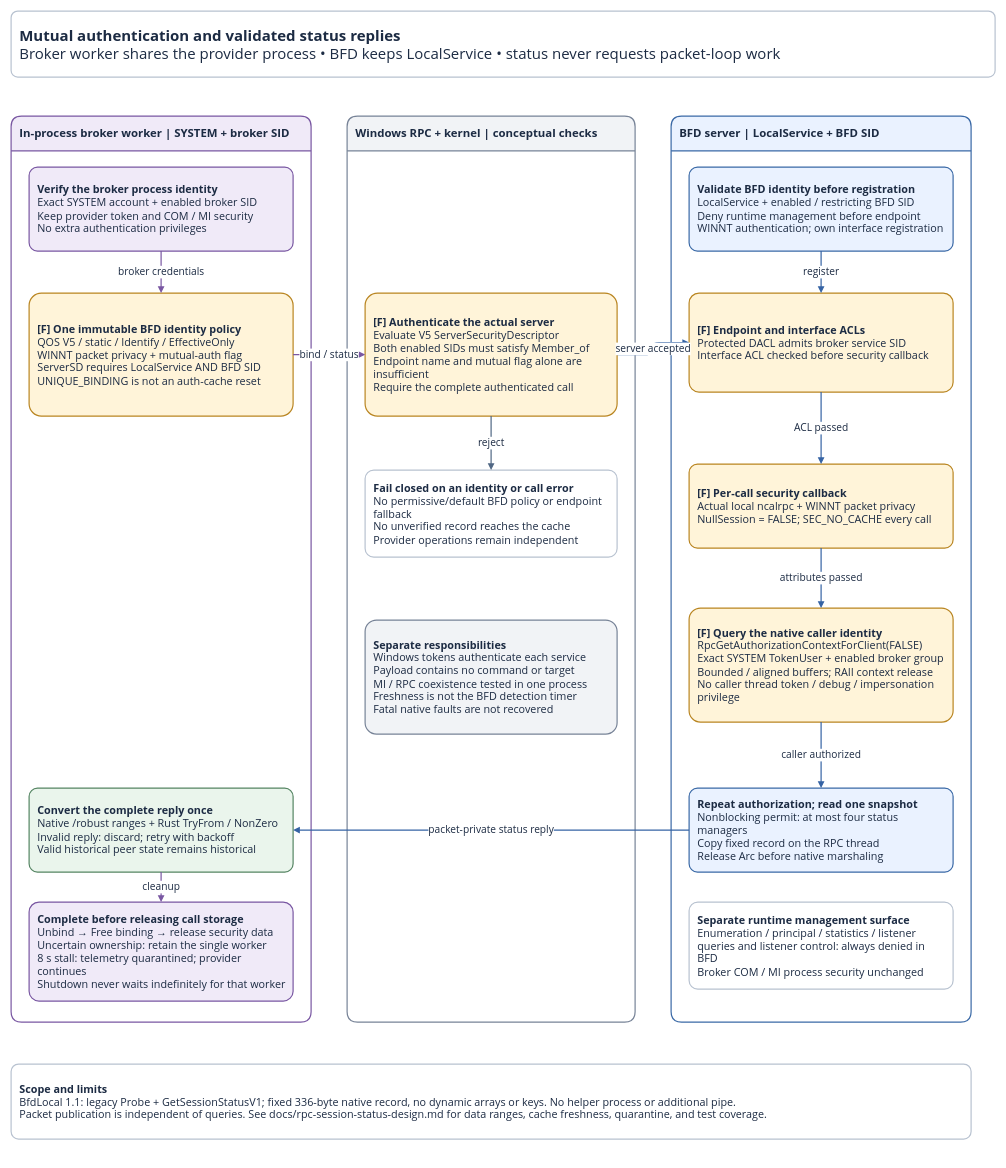
Above: page "3 RPC authentication" (3 of 3) of docs/service-communication.drawio in miketheitguy/bfd-winservice (draw.io), before the change. Source tidied: cells renumbered, new cells numbered last; positions are measured from the earlier drawing's top-left corner, leaving out a move shared by most shapes. Both pictures are drawn from the tidied source at 60%, with x=0, y=0 at pixel (11, 11).
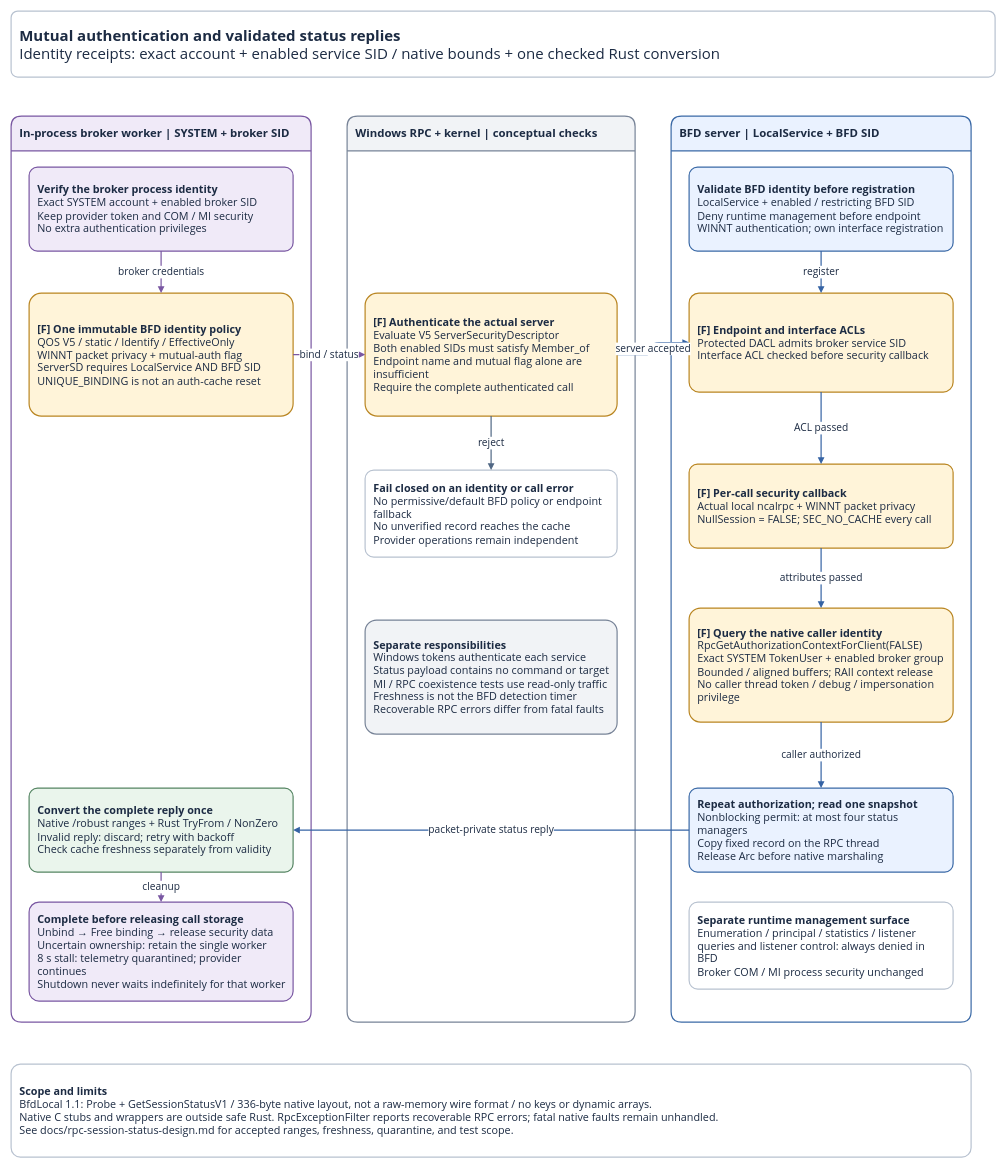
Above is the later version.

The change refers to these unchanged cells:
```xml
<mxCell id="3" value="&lt;b&gt;In-process broker worker | SYSTEM + broker SID&lt;/b&gt;" style="rounded=1;arcSize=10;whiteSpace=wrap;html=1;fillColor=#F0EAF8;strokeColor=#7957A2;strokeWidth=2;fontFamily=Segoe UI;fontSize=19;fontColor=#1C2B43;spacing=14;align=left;verticalAlign=middle;shape=swimlane;startSize=58;horizontal=1;swimlaneLine=1;" parent="1" vertex="1">
  <mxGeometry y="175" width="500" height="1510" as="geometry" />
</mxCell>
<mxCell id="4" value="&lt;b&gt;Windows RPC + kernel | conceptual checks&lt;/b&gt;" style="rounded=1;arcSize=10;whiteSpace=wrap;html=1;fillColor=#F1F3F6;strokeColor=#778397;strokeWidth=2;fontFamily=Segoe UI;fontSize=19;fontColor=#1C2B43;spacing=14;align=left;verticalAlign=middle;shape=swimlane;startSize=58;horizontal=1;swimlaneLine=1;" parent="1" vertex="1">
  <mxGeometry x="560" y="175" width="480" height="1510" as="geometry" />
</mxCell>
```

What changed in the source:
```diff
@@
-    <mxCell id="2" value="&lt;b&gt;Mutual authentication and validated status replies&lt;/b&gt;&lt;br&gt;Broker worker shares the provider process • BFD keeps LocalService • status never requests packet-loop work" style="rounded=1;arcSize=10;whiteSpace=wrap;html=1;fillColor=#FFFFFF;strokeColor=#B8C2D0;strokeWidth=2;fontFamily=Segoe UI;fontSize=25;fontColor=#1C2B43;spacing=14;align=left;verticalAlign=middle;" parent="1" vertex="1">
+    <mxCell id="2" value="&lt;b&gt;Mutual authentication and validated status replies&lt;/b&gt;&lt;br&gt;Identity receipts: exact account + enabled service SID / native bounds + one checked Rust conversion" style="rounded=1;arcSize=10;whiteSpace=wrap;html=1;fillColor=#FFFFFF;strokeColor=#B8C2D0;strokeWidth=2;fontFamily=Segoe UI;fontSize=25;fontColor=#1C2B43;spacing=14;align=left;verticalAlign=middle;" parent="1" vertex="1">
       <mxGeometry width="1640" height="110" as="geometry" />
     </mxCell>
@@
-    <mxCell id="14" value="&lt;b&gt;Convert the complete reply once&lt;/b&gt;&lt;br&gt;Native /robust ranges + Rust TryFrom / NonZero&lt;br&gt;Invalid reply: discard; retry with backoff&lt;br&gt;Valid historical peer state remains historical" style="rounded=1;arcSize=10;whiteSpace=wrap;html=1;fillColor=#EAF5EC;strokeColor=#558563;strokeWidth=2;fontFamily=Segoe UI;fontSize=18;fontColor=#1C2B43;spacing=14;align=left;verticalAlign=middle;" parent="3" vertex="1">
+    <mxCell id="14" value="&lt;b&gt;Convert the complete reply once&lt;/b&gt;&lt;br&gt;Native /robust ranges + Rust TryFrom / NonZero&lt;br&gt;Invalid reply: discard; retry with backoff&lt;br&gt;Check cache freshness separately from validity" style="rounded=1;arcSize=10;whiteSpace=wrap;html=1;fillColor=#EAF5EC;strokeColor=#558563;strokeWidth=2;fontFamily=Segoe UI;fontSize=18;fontColor=#1C2B43;spacing=14;align=left;verticalAlign=middle;" parent="3" vertex="1">
       <mxGeometry x="30" y="1120" width="440" height="140" as="geometry" />
     </mxCell>
@@
-    <mxCell id="17" value="&lt;b&gt;Separate responsibilities&lt;/b&gt;&lt;br&gt;Windows tokens authenticate each service&lt;br&gt;Payload contains no command or target&lt;br&gt;MI / RPC coexistence tested in one process&lt;br&gt;Freshness is not the BFD detection timer&lt;br&gt;Fatal native faults are not recovered" style="rounded=1;arcSize=10;whiteSpace=wrap;html=1;fillColor=#F1F3F6;strokeColor=#778397;strokeWidth=2;fontFamily=Segoe UI;fontSize=18;fontColor=#1C2B43;spacing=14;align=left;verticalAlign=middle;" parent="4" vertex="1">
+    <mxCell id="17" value="&lt;b&gt;Separate responsibilities&lt;/b&gt;&lt;br&gt;Windows tokens authenticate each service&lt;br&gt;Status payload contains no command or target&lt;br&gt;MI / RPC coexistence tests use read-only traffic&lt;br&gt;Freshness is not the BFD detection timer&lt;br&gt;Recoverable RPC errors differ from fatal faults" style="rounded=1;arcSize=10;whiteSpace=wrap;html=1;fillColor=#F1F3F6;strokeColor=#778397;strokeWidth=2;fontFamily=Segoe UI;fontSize=18;fontColor=#1C2B43;spacing=14;align=left;verticalAlign=middle;" parent="4" vertex="1">
       <mxGeometry x="30" y="840" width="420" height="190" as="geometry" />
     </mxCell>
@@
-    <mxCell id="29" value="&lt;b&gt;Scope and limits&lt;/b&gt;&lt;br&gt;BfdLocal 1.1: legacy Probe + GetSessionStatusV1; fixed 336-byte native record, no dynamic arrays or keys. No helper process or additional pipe.&lt;br&gt;Packet publication is independent of queries. See docs/rpc-session-status-design.md for data ranges, cache freshness, quarantine, and test coverage." style="rounded=1;arcSize=10;whiteSpace=wrap;html=1;fillColor=#FFFFFF;strokeColor=#B8C2D0;strokeWidth=2;fontFamily=Segoe UI;fontSize=18;fontColor=#1C2B43;spacing=14;align=left;verticalAlign=middle;" parent="1" vertex="1">
-      <mxGeometry y="1755" width="1600" height="125" as="geometry" />
+    <mxCell id="29" value="&lt;b&gt;Scope and limits&lt;/b&gt;&lt;br&gt;BfdLocal 1.1: Probe + GetSessionStatusV1 / 336-byte native layout, not a raw-memory wire format / no keys or dynamic arrays.&lt;br&gt;Native C stubs and wrappers are outside safe Rust. RpcExceptionFilter reports recoverable RPC errors; fatal native faults remain unhandled.&lt;br&gt;See docs/rpc-session-status-design.md for accepted ranges, freshness, quarantine, and test scope." style="rounded=1;arcSize=10;whiteSpace=wrap;html=1;fillColor=#FFFFFF;strokeColor=#B8C2D0;strokeWidth=2;fontFamily=Segoe UI;fontSize=18;fontColor=#1C2B43;spacing=14;align=left;verticalAlign=middle;" parent="1" vertex="1">
+      <mxGeometry y="1755" width="1600" height="155" as="geometry" />
     </mxCell>
```
